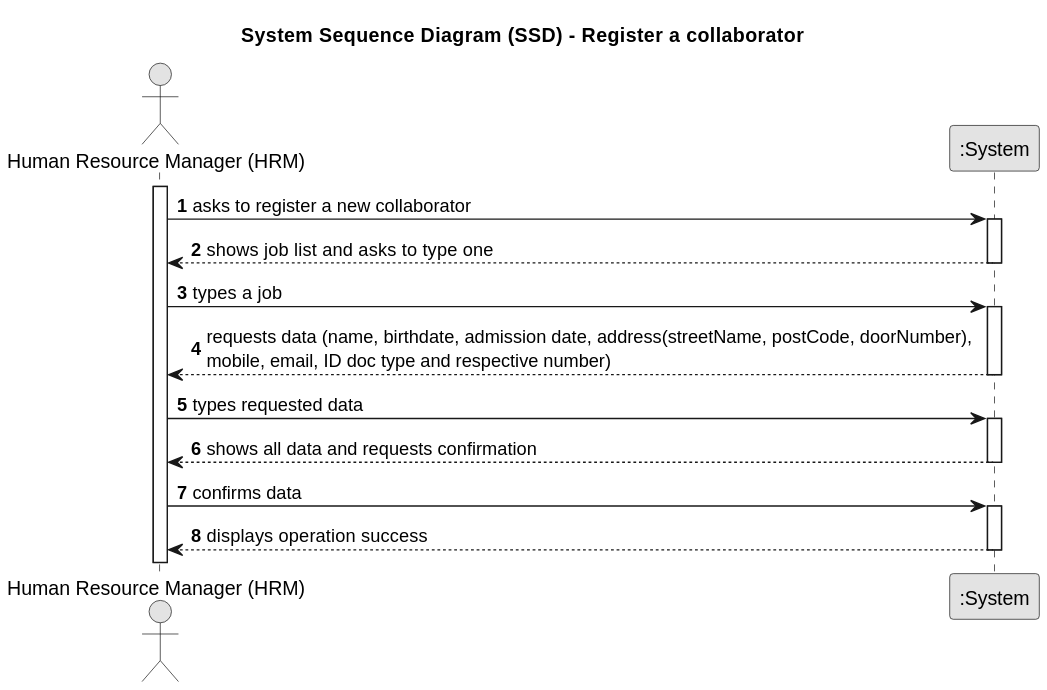
Earlier version of the PlantUML export docs/sprint2/us03/01.requirements-engineering/svg/us03-system-sequence-diagram-us03.svg (Departamento-de-Engenharia-Informatica/lei-24-s2-1db-g022).
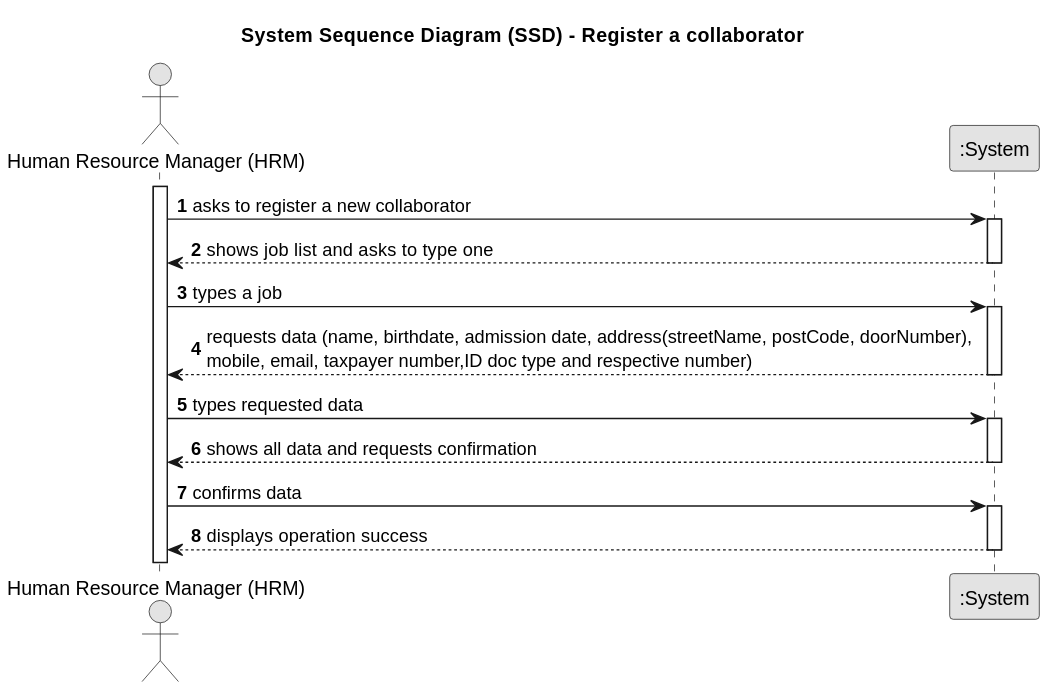
The same file after the commit.

What changed in the source:
```diff
@@ -21,7 +21,7 @@
     HRM -> System :  types a job
     activate System
 
-    System --> HRM : requests data (name, birthdate, admission date, address(streetName, postCode, doorNumber), \nmobile, email, ID doc type and respective number)
+    System --> HRM : requests data (name, birthdate, admission date, address(streetName, postCode, doorNumber), \nmobile, email, taxpayer number,ID doc type and respective number)
     deactivate System
 
     HRM -> System : types requested data
```
